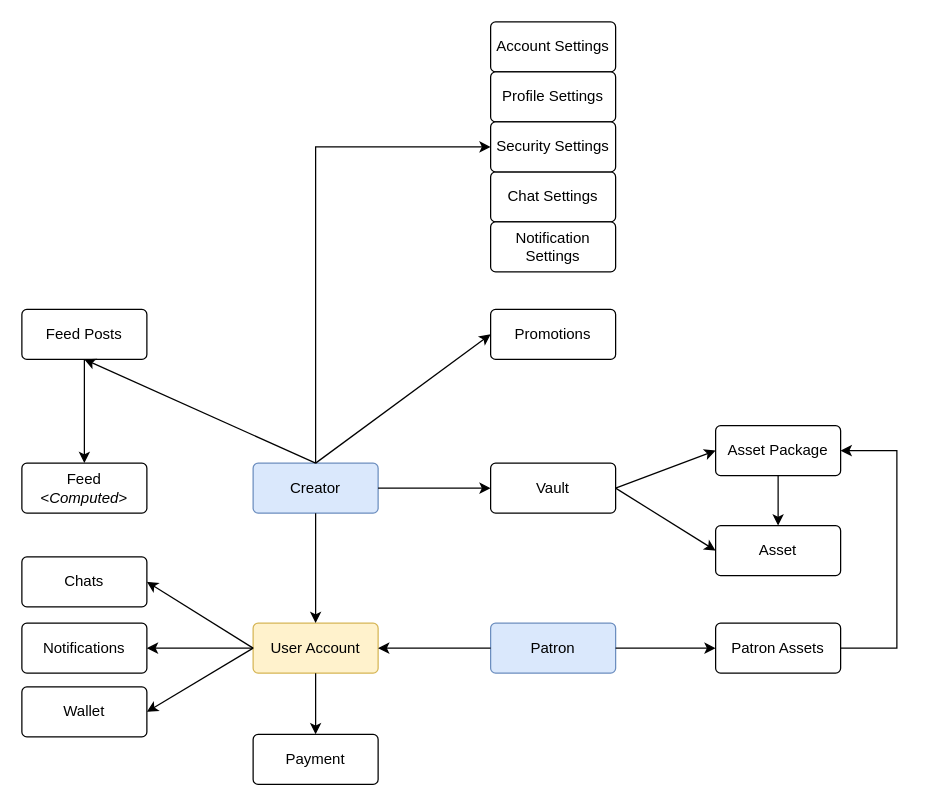
This is page "ERD" (2 of 4) of Documentation/High-Level Architecture.drawio from conradcreel/onlysats, a draw.io file, before an edit. Source tidied: cells renumbered, new cells numbered last; positions are measured from the earlier drawing's top-left corner, leaving out a move shared by most shapes. Both pictures are drawn from the tidied source at 125%, with x=0, y=0 at pixel (21, 21).
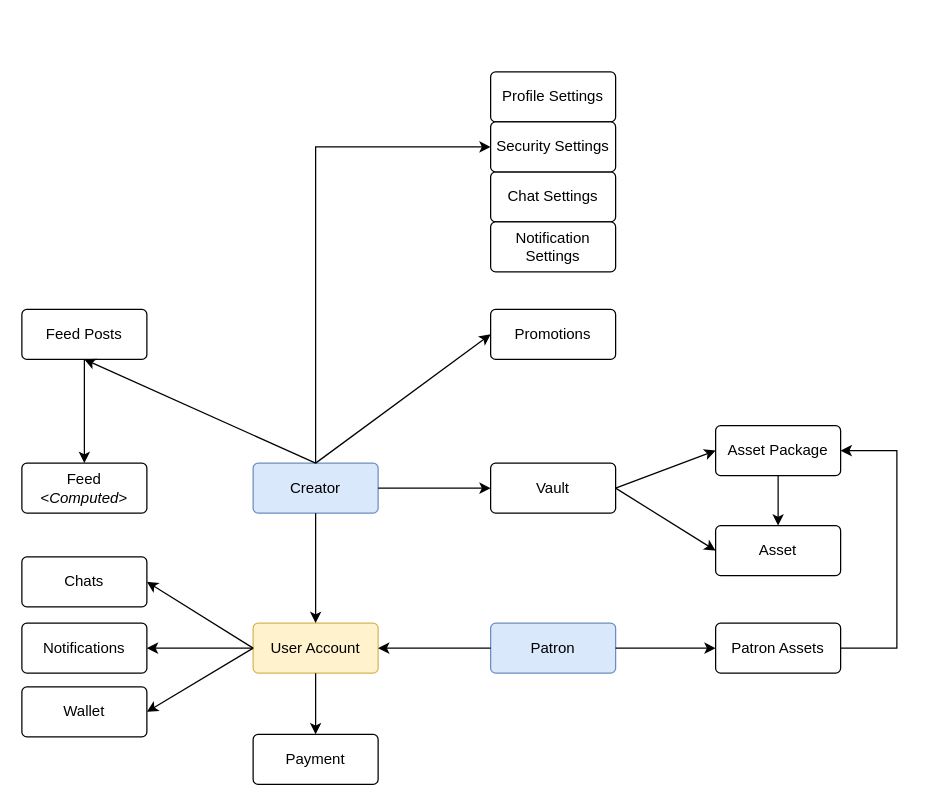
The same page after the edit.

Diff of the diagram source:
```diff
@@
-    <mxCell id="5" value="Account Settings" style="rounded=1;arcSize=10;whiteSpace=wrap;html=1;align=center;" parent="1" vertex="1">
-      <mxGeometry x="375" width="100" height="40" as="geometry" />
-    </mxCell>
```
